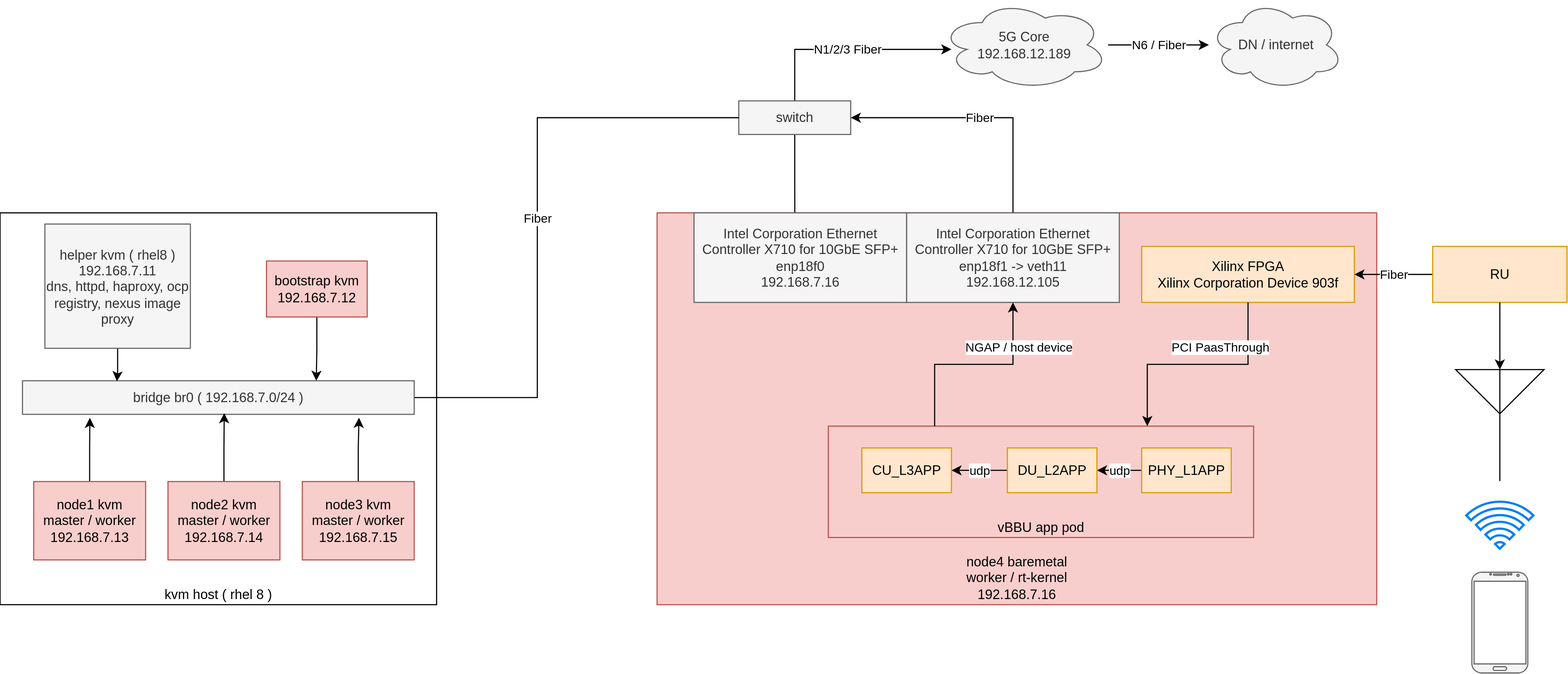
Before: redhat/ocp4/4.7/dia/4.7.real-time.kernel.drawio.svg, a diagram exported from draw.io (wangzheng422/docker_env). Source tidied: cells renumbered, new cells last; positions are measured from the earlier drawing's top-left corner, leaving out a move shared by most shapes.
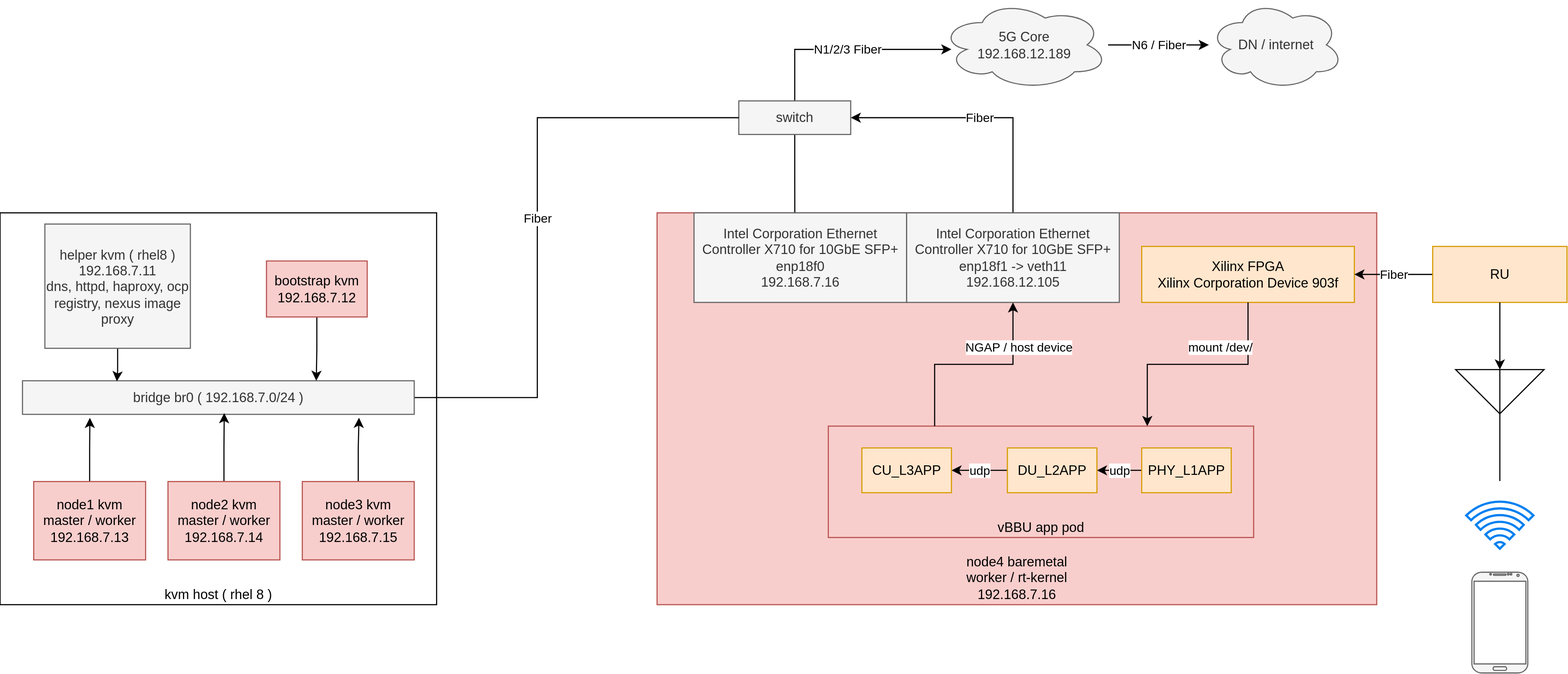
Later version of the same file.

What changed in the source:
```diff
@@ -91,7 +91,7 @@
     <mxCell id="28" value="NGAP / host device" style="edgeStyle=orthogonalEdgeStyle;rounded=0;jettySize=auto;html=1;entryX=0.5;entryY=1;entryDx=0;entryDy=0;exitX=0.25;exitY=0;exitDx=0;exitDy=0;" parent="11" edge="1" source="4" target="26">
       <mxGeometry x="0.56" y="-5" relative="1" as="geometry" />
     </mxCell>
-    <mxCell id="29" value="PCI PaasThrough" style="edgeStyle=orthogonalEdgeStyle;rounded=0;jettySize=auto;html=1;exitX=0.5;exitY=1;exitDx=0;exitDy=0;entryX=0.75;entryY=0;entryDx=0;entryDy=0;" parent="11" edge="1" source="27" target="4">
+    <mxCell id="29" value="mount /dev/" style="edgeStyle=orthogonalEdgeStyle;rounded=0;jettySize=auto;html=1;exitX=0.5;exitY=1;exitDx=0;exitDy=0;entryX=0.75;entryY=0;entryDx=0;entryDy=0;" parent="11" edge="1" source="27" target="4">
       <mxGeometry x="-0.2" y="-15" relative="1" as="geometry" />
     </mxCell>
     <mxCell id="30" value="udp" style="edgeStyle=orthogonalEdgeStyle;rounded=0;jettySize=auto;html=1;entryX=1;entryY=0.5;entryDx=0;entryDy=0;exitX=0;exitY=0.5;exitDx=0;exitDy=0;" parent="11" edge="1" source="31" target="33">
```
